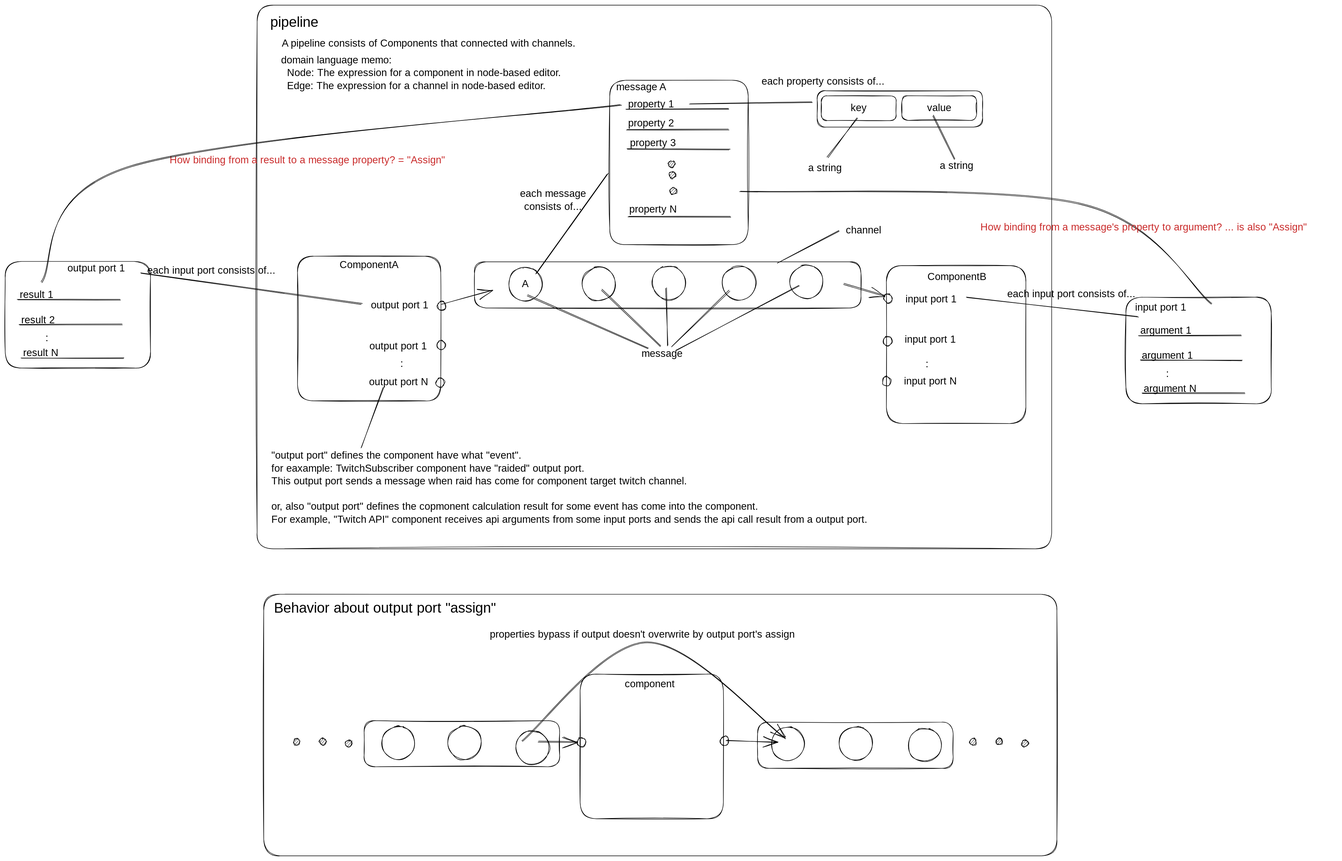
Above: docs/pipeline.svg in yuniruyuni/MrDamian-Old (Excalidraw), before the change. Source tidied: one line per element, renumbered; positions are measured from the earlier drawing's top-left corner, leaving out a move shared by most shapes.
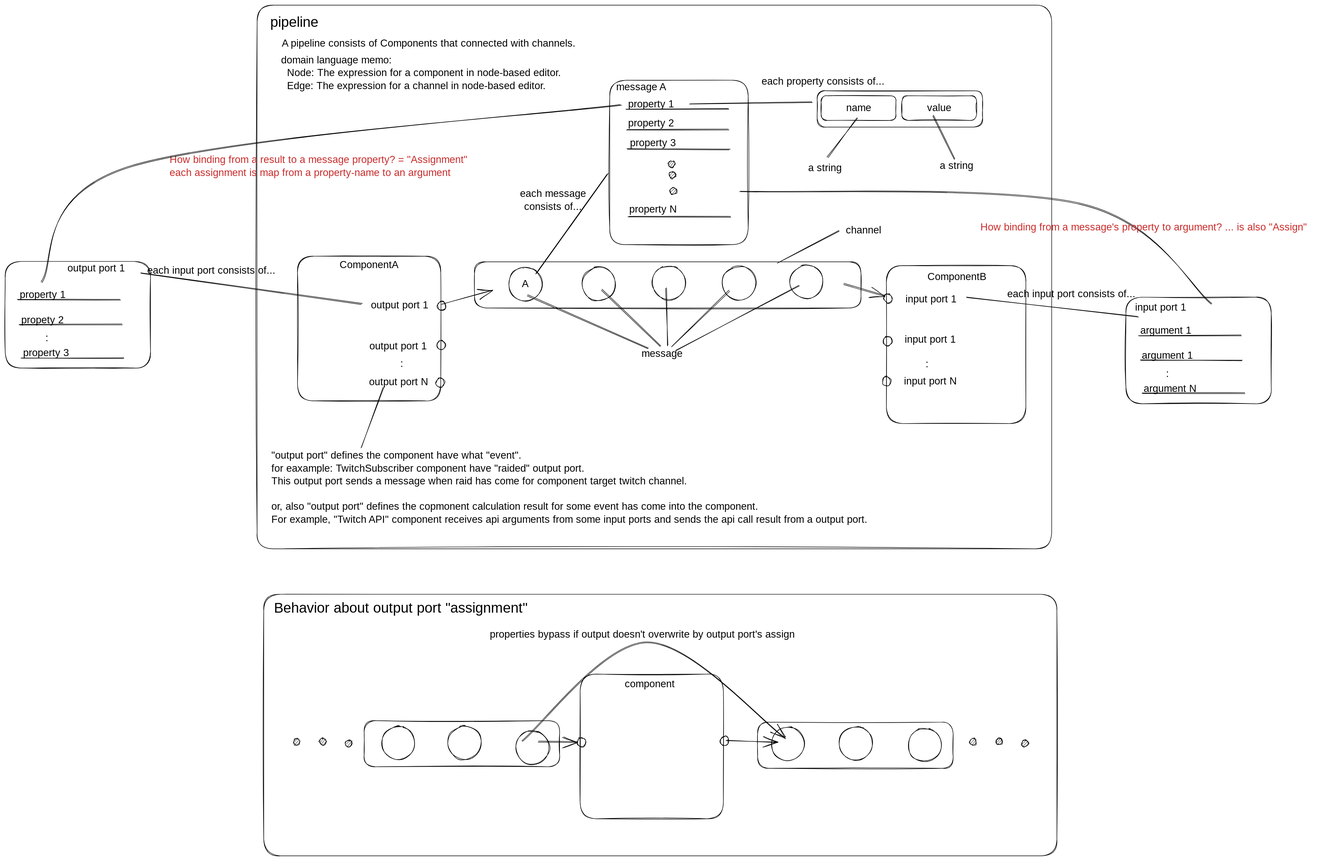
After the commit.

Commit message:
feat: add assign editing screen for edges

Change to the diagram source:
```diff
@@ -55,8 +55,8 @@
 {"id": 54, "type": "text", "text": "message", "strokeColor": "#000000", "backgroundColor": "#000000", "fillStyle": "hachure", "strokeWidth": 1, "roughness": 1, "fontSize": 20, "fontFamily": 1, "x": 1245, "y": 670, "width": 80, "height": 25}
 {"id": 55, "type": "line", "strokeColor": "#000000", "backgroundColor": "#000000", "fillStyle": "hachure", "strokeWidth": 1, "roughness": 1, "round": true, "x": 1339, "y": 193, "width": 240, "height": 3, "points": [[0, 0], [240, -3]]}
 {"id": 56, "type": "text", "text": "each property consists of...", "strokeColor": "#000000", "backgroundColor": "#000000", "fillStyle": "hachure", "strokeWidth": 1, "roughness": 1, "fontSize": 20, "fontFamily": 1, "textAlign": "center", "x": 1466, "y": 137, "width": 270, "height": 25}
-{"id": 57, "type": "rectangle", "strokeColor": "#000000", "strokeWidth": 1, "roughness": 1, "round": true, "x": 1597, "y": 178, "width": 146, "height": 48}
+{"id": 57, "type": "rectangle", "strokeColor": "#000000", "strokeWidth": 1, "roughness": 1, "round": true, "x": 1597, "y": 177, "width": 146, "height": 48}
-{"id": 58, "type": "text", "text": "key", "strokeColor": "#000000", "strokeWidth": 1, "roughness": 1, "fontSize": 20, "fontFamily": 1, "textAlign": "center", "verticalAlign": "middle", "inside": 57, "x": 1655, "y": 189, "width": 30, "height": 25}
+{"id": 58, "type": "text", "text": "name", "strokeColor": "#000000", "strokeWidth": 1, "roughness": 1, "fontSize": 20, "fontFamily": 1, "textAlign": "center", "verticalAlign": "middle", "inside": 57, "x": 1647, "y": 189, "width": 46, "height": 25}
 {"id": 59, "type": "rectangle", "strokeColor": "#000000", "strokeWidth": 1, "roughness": 1, "round": true, "x": 1755, "y": 177, "width": 146, "height": 48}
 {"id": 60, "type": "text", "text": "value", "strokeColor": "#000000", "strokeWidth": 1, "roughness": 1, "fontSize": 20, "fontFamily": 1, "textAlign": "center", "verticalAlign": "middle", "inside": 59, "x": 1802, "y": 189, "width": 51, "height": 25}
 {"id": 61, "type": "rectangle", "strokeColor": "#000000", "strokeWidth": 1, "roughness": 1, "round": true, "x": 1589, "y": 168, "width": 324, "height": 71}
@@ -98,20 +98,20 @@
 {"id": 97, "type": "line", "strokeColor": "#000000", "strokeWidth": 1, "roughness": 1, "round": true, "x": 2225, "y": 760, "width": 200, "height": 0, "points": [[0, 0], [200, 0]]}
 {"id": 98, "type": "line", "strokeColor": "#000000", "strokeWidth": 1, "roughness": 1, "round": true, "x": 32, "y": 690, "width": 200, "height": 0, "points": [[0, 0], [200, 0]]}
 {"id": 99, "type": "text", "text": "argument 1", "strokeColor": "#000000", "strokeWidth": 1, "roughness": 1, "fontSize": 20, "fontFamily": 1, "x": 2221, "y": 625, "width": 103, "height": 25}
-{"id": 100, "type": "text", "text": "result 1", "strokeColor": "#000000", "strokeWidth": 1, "roughness": 1, "fontSize": 20, "fontFamily": 1, "x": 28, "y": 555, "width": 74, "height": 25}
+{"id": 100, "type": "text", "text": "property 1", "strokeColor": "#000000", "strokeWidth": 1, "roughness": 1, "fontSize": 20, "fontFamily": 1, "x": 28, "y": 555, "width": 95, "height": 25}
 {"id": 101, "type": "text", "text": "argument 1", "strokeColor": "#000000", "strokeWidth": 1, "roughness": 1, "fontSize": 20, "fontFamily": 1, "x": 2225, "y": 674, "width": 103, "height": 25}
-{"id": 102, "type": "text", "text": "result 2", "strokeColor": "#000000", "strokeWidth": 1, "roughness": 1, "fontSize": 20, "fontFamily": 1, "x": 31, "y": 604, "width": 83, "height": 25}
+{"id": 102, "type": "text", "text": "propety 2", "strokeColor": "#000000", "strokeWidth": 1, "roughness": 1, "fontSize": 20, "fontFamily": 1, "x": 31, "y": 604, "width": 95, "height": 25}
 {"id": 103, "type": "text", "text": "argument N", "strokeColor": "#000000", "strokeWidth": 1, "roughness": 1, "fontSize": 20, "fontFamily": 1, "x": 2228, "y": 738, "width": 110, "height": 25}
-{"id": 104, "type": "text", "text": "result N", "strokeColor": "#000000", "strokeWidth": 1, "roughness": 1, "fontSize": 20, "fontFamily": 1, "x": 35, "y": 669, "width": 81, "height": 25}
+{"id": 104, "type": "text", "text": "property 3", "strokeColor": "#000000", "strokeWidth": 1, "roughness": 1, "fontSize": 20, "fontFamily": 1, "x": 35, "y": 669, "width": 103, "height": 25}
 {"id": 105, "type": "line", "strokeColor": "#000000", "strokeWidth": 1, "roughness": 1, "round": true, "x": 1437, "y": 365, "width": 924, "height": 219, "points": [[0, 0], [668, 25], [924, 219]]}
 {"id": 106, "type": "text", "text": "How binding from a message's property to argument? ... is also \"Assign\"", "strokeColor": "#c92a2a", "strokeWidth": 1, "roughness": 1, "fontSize": 20, "fontFamily": 1, "x": 1909, "y": 423, "width": 697, "height": 25}
-{"id": 107, "type": "text", "text": "How binding from a result to a message property? = \"Assign\"", "strokeColor": "#c92a2a", "strokeWidth": 1, "roughness": 1, "fontSize": 20, "fontFamily": 1, "x": 322, "y": 291, "width": 595, "height": 25}
+{"id": 107, "type": "text", "text": "How binding from a result to a message property? = \"Assignment\"\neach assignment is map from a property-name to an argument", "strokeColor": "#c92a2a", "strokeWidth": 1, "roughness": 1, "fontSize": 20, "fontFamily": 1, "x": 321, "y": 291, "width": 640, "height": 50}
 {"id": 108, "type": "arrow", "strokeColor": "#000000", "strokeWidth": 1, "roughness": 1, "endArrowhead": "arrow", "round": true, "to": 4, "x": 1043, "y": 1441, "width": 78, "height": 0, "points": [[0, 0], [78, 0]]}
 {"id": 109, "type": "arrow", "strokeColor": "#000000", "strokeWidth": 1, "roughness": 1, "endArrowhead": "arrow", "round": true, "from": 4, "x": 1412, "y": 1439, "width": 101, "height": 4, "points": [[0, 0], [101, 4]]}
 {"id": 110, "type": "arrow", "strokeColor": "#000000", "strokeWidth": 1, "roughness": 1, "endArrowhead": "arrow", "round": true, "x": 1012, "y": 1441, "width": 515, "height": 194, "points": [[0, 0], [244, -194], [515, -6]]}
 {"id": 111, "type": "text", "text": "properties bypass if output doesn't overwrite by output port's assign", "strokeColor": "#000000", "strokeWidth": 1, "roughness": 1, "fontSize": 20, "fontFamily": 1, "x": 949, "y": 1219, "width": 692, "height": 25}
 {"id": 112, "type": "text", "text": "component", "strokeColor": "#000000", "strokeWidth": 1, "roughness": 1, "fontSize": 20, "fontFamily": 1, "x": 1213, "y": 1316, "width": 96, "height": 25}
 {"id": 113, "type": "rectangle", "strokeColor": "#000000", "strokeWidth": 1, "roughness": 1, "round": true, "x": 506, "y": 1153, "width": 1552, "height": 512}
-{"id": 114, "type": "text", "text": "Behavior about output port \"assign\"", "strokeColor": "#000000", "strokeWidth": 1, "roughness": 1, "fontSize": 28, "fontFamily": 1, "x": 526, "y": 1163, "width": 503, "height": 35}
+{"id": 114, "type": "text", "text": "Behavior about output port \"assignment\"", "strokeColor": "#000000", "strokeWidth": 1, "roughness": 1, "fontSize": 28, "fontFamily": 1, "x": 526, "y": 1163, "width": 565, "height": 35}
 {"id": 115, "type": "line", "strokeColor": "#000000", "strokeWidth": 1, "roughness": 1, "round": true, "x": 71, "y": 542, "width": 1133, "height": 347, "points": [[0, 0], [175, -226], [1133, -347]]}
 {"id": 116, "type": "ellipse", "strokeColor": "#000000", "backgroundColor": "#000000", "fillStyle": "hachure", "strokeWidth": 1, "roughness": 1, "round": true, "x": 1301, "y": 357, "width": 13, "height": 13}
```
